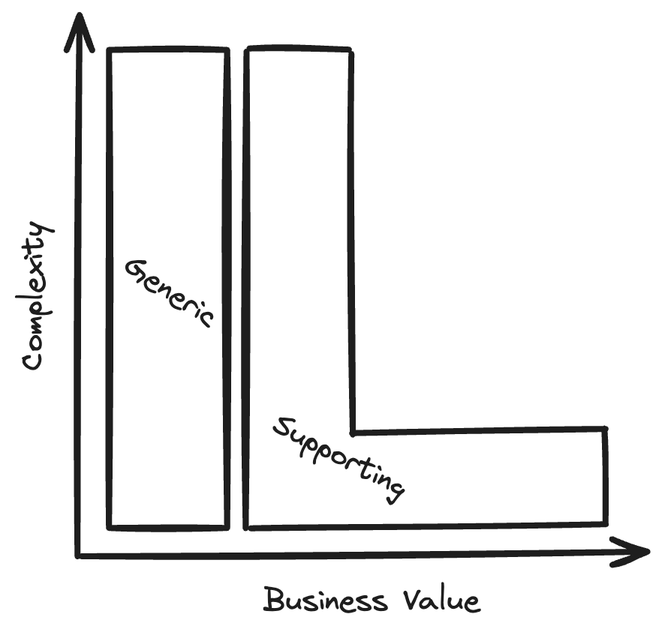
Earlier version of the Excalidraw export assets/core-domain-model-3.png (wicked539/0-2x-engineer). Source tidied: one line per element, renumbered; positions are measured from the earlier drawing's top-left corner, leaving out a move shared by most shapes. The source it was exported from:
```json
{"id": 0, "type": "arrow", "strokeColor": "#1e1e1e", "backgroundColor": "#ffc9c9", "fillStyle": "hachure", "strokeWidth": 4, "roughness": 1, "endArrowhead": "arrow", "x": 78, "y": 361, "width": 1, "height": 361, "points": [[0, 0], [1, -361]]}
{"id": 1, "type": "text", "text": "Complexity", "strokeColor": "#1e1e1e", "angle": 4.72, "backgroundColor": "#ffc9c9", "fillStyle": "hachure", "strokeWidth": 4, "roughness": 1, "fontSize": 20, "fontFamily": 1, "x": 0, "y": 175, "width": 99, "height": 25}
{"id": 2, "type": "arrow", "strokeColor": "#1e1e1e", "backgroundColor": "#ffc9c9", "fillStyle": "hachure", "strokeWidth": 4, "roughness": 1, "endArrowhead": "arrow", "x": 81, "y": 361, "width": 377, "height": 3, "points": [[0, 0], [377, -3]]}
{"id": 3, "type": "text", "text": "Business Value", "strokeColor": "#1e1e1e", "angle": 6.28, "backgroundColor": "#ffc9c9", "fillStyle": "hachure", "strokeWidth": 4, "roughness": 1, "fontSize": 20, "fontFamily": 1, "x": 202, "y": 379, "width": 144, "height": 25}
{"id": 4, "type": "rectangle", "strokeColor": "#1e1e1e", "strokeWidth": 4, "roughness": 1, "x": 99, "y": 23, "width": 79, "height": 319}
{"id": 5, "type": "line", "strokeColor": "#1e1e1e", "strokeWidth": 4, "roughness": 1, "x": 191, "y": 24, "width": 1, "height": 318, "points": [[0, 0], [-1, 318]]}
{"id": 6, "type": "line", "strokeColor": "#1e1e1e", "strokeWidth": 4, "roughness": 1, "x": 194, "y": 342, "width": 237, "height": 3, "points": [[0, 0], [237, -3]]}
{"id": 7, "type": "line", "strokeColor": "#1e1e1e", "strokeWidth": 4, "roughness": 1, "x": 430, "y": 338, "width": 1, "height": 63, "points": [[0, 0], [-1, -63]]}
{"id": 8, "type": "line", "strokeColor": "#1e1e1e", "strokeWidth": 4, "roughness": 1, "x": 193, "y": 22, "width": 66, "height": 1, "points": [[0, 0], [66, 1]]}
{"id": 9, "type": "line", "strokeColor": "#1e1e1e", "strokeWidth": 4, "roughness": 1, "x": 261, "y": 26, "width": 1, "height": 254, "points": [[0, 0], [1, 254]]}
{"id": 10, "type": "line", "strokeColor": "#1e1e1e", "strokeWidth": 4, "roughness": 1, "from": 12, "x": 261, "y": 279, "width": 169, "height": 3, "points": [[0, 0], [169, -3]]}
{"id": 11, "type": "text", "text": "Generic", "strokeColor": "#1e1e1e", "angle": 0.58, "strokeWidth": 4, "roughness": 1, "fontSize": 20, "fontFamily": 1, "x": 105, "y": 172, "width": 70, "height": 25}
{"id": 12, "type": "text", "text": "Supporting", "strokeColor": "#1e1e1e", "angle": 0.47, "strokeWidth": 4, "roughness": 1, "fontSize": 20, "fontFamily": 1, "x": 204, "y": 282, "width": 98, "height": 25}
```
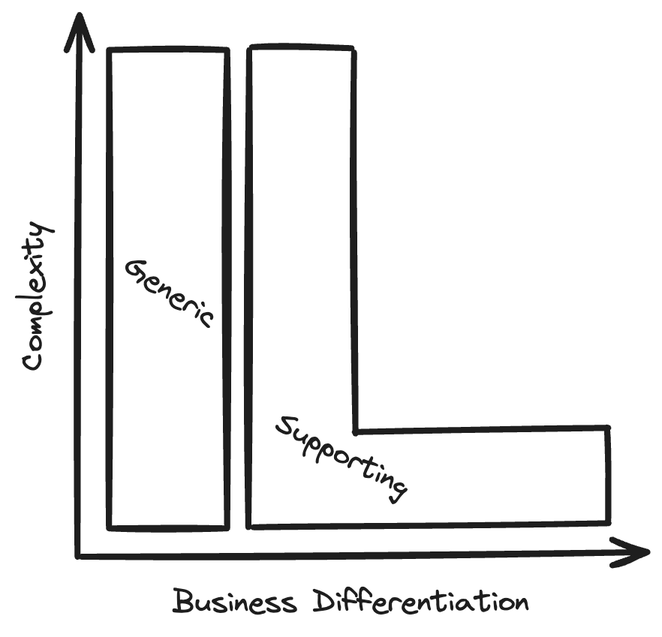
The same file after the commit.

Commit message:
update core domain graphic

Diff of the diagram source:
```diff
@@ -1,13 +1,13 @@
-{"id": 0, "type": "arrow", "strokeColor": "#1e1e1e", "backgroundColor": "#ffc9c9", "fillStyle": "hachure", "strokeWidth": 4, "roughness": 1, "endArrowhead": "arrow", "x": 78, "y": 361, "width": 1, "height": 361, "points": [[0, 0], [1, -361]]}
+{"id": 0, "type": "arrow", "strokeColor": "#1e1e1e", "backgroundColor": "#ffc9c9", "fillStyle": "hachure", "strokeWidth": 4, "roughness": 1, "endArrowhead": "arrow", "x": 77, "y": 362, "width": 1, "height": 361, "points": [[0, 0], [1, -361]]}
-{"id": 1, "type": "text", "text": "Complexity", "strokeColor": "#1e1e1e", "angle": 4.72, "backgroundColor": "#ffc9c9", "fillStyle": "hachure", "strokeWidth": 4, "roughness": 1, "fontSize": 20, "fontFamily": 1, "x": 0, "y": 175, "width": 99, "height": 25}
+{"id": 1, "type": "text", "text": "Complexity", "strokeColor": "#1e1e1e", "angle": 4.72, "backgroundColor": "#ffc9c9", "fillStyle": "hachure", "strokeWidth": 4, "roughness": 1, "fontSize": 20, "fontFamily": 1, "x": -2, "y": 176, "width": 99, "height": 25}
-{"id": 2, "type": "arrow", "strokeColor": "#1e1e1e", "backgroundColor": "#ffc9c9", "fillStyle": "hachure", "strokeWidth": 4, "roughness": 1, "endArrowhead": "arrow", "x": 81, "y": 361, "width": 377, "height": 3, "points": [[0, 0], [377, -3]]}
+{"id": 2, "type": "arrow", "strokeColor": "#1e1e1e", "backgroundColor": "#ffc9c9", "fillStyle": "hachure", "strokeWidth": 4, "roughness": 1, "endArrowhead": "arrow", "x": 79, "y": 362, "width": 377, "height": 3, "points": [[0, 0], [377, -3]]}
-{"id": 3, "type": "text", "text": "Business Value", "strokeColor": "#1e1e1e", "angle": 6.28, "backgroundColor": "#ffc9c9", "fillStyle": "hachure", "strokeWidth": 4, "roughness": 1, "fontSize": 20, "fontFamily": 1, "x": 202, "y": 379, "width": 144, "height": 25}
+{"id": 3, "type": "text", "text": "Business Differentiation", "strokeColor": "#1e1e1e", "angle": 6.28, "backgroundColor": "#ffc9c9", "fillStyle": "hachure", "strokeWidth": 4, "roughness": 1, "fontSize": 20, "fontFamily": 1, "x": 140, "y": 380, "width": 237, "height": 25}
-{"id": 4, "type": "rectangle", "strokeColor": "#1e1e1e", "strokeWidth": 4, "roughness": 1, "x": 99, "y": 23, "width": 79, "height": 319}
+{"id": 4, "type": "rectangle", "strokeColor": "#1e1e1e", "strokeWidth": 4, "roughness": 1, "x": 98, "y": 24, "width": 79, "height": 319}
 {"id": 5, "type": "line", "strokeColor": "#1e1e1e", "strokeWidth": 4, "roughness": 1, "x": 191, "y": 24, "width": 1, "height": 318, "points": [[0, 0], [-1, 318]]}
 {"id": 6, "type": "line", "strokeColor": "#1e1e1e", "strokeWidth": 4, "roughness": 1, "x": 194, "y": 342, "width": 237, "height": 3, "points": [[0, 0], [237, -3]]}
 {"id": 7, "type": "line", "strokeColor": "#1e1e1e", "strokeWidth": 4, "roughness": 1, "x": 430, "y": 338, "width": 1, "height": 63, "points": [[0, 0], [-1, -63]]}
 {"id": 8, "type": "line", "strokeColor": "#1e1e1e", "strokeWidth": 4, "roughness": 1, "x": 193, "y": 22, "width": 66, "height": 1, "points": [[0, 0], [66, 1]]}
 {"id": 9, "type": "line", "strokeColor": "#1e1e1e", "strokeWidth": 4, "roughness": 1, "x": 261, "y": 26, "width": 1, "height": 254, "points": [[0, 0], [1, 254]]}
 {"id": 10, "type": "line", "strokeColor": "#1e1e1e", "strokeWidth": 4, "roughness": 1, "from": 12, "x": 261, "y": 279, "width": 169, "height": 3, "points": [[0, 0], [169, -3]]}
-{"id": 11, "type": "text", "text": "Generic", "strokeColor": "#1e1e1e", "angle": 0.58, "strokeWidth": 4, "roughness": 1, "fontSize": 20, "fontFamily": 1, "x": 105, "y": 172, "width": 70, "height": 25}
+{"id": 11, "type": "text", "text": "Generic", "strokeColor": "#1e1e1e", "angle": 0.58, "strokeWidth": 4, "roughness": 1, "fontSize": 20, "fontFamily": 1, "x": 104, "y": 173, "width": 70, "height": 25}
 {"id": 12, "type": "text", "text": "Supporting", "strokeColor": "#1e1e1e", "angle": 0.47, "strokeWidth": 4, "roughness": 1, "fontSize": 20, "fontFamily": 1, "x": 204, "y": 282, "width": 98, "height": 25}
```
